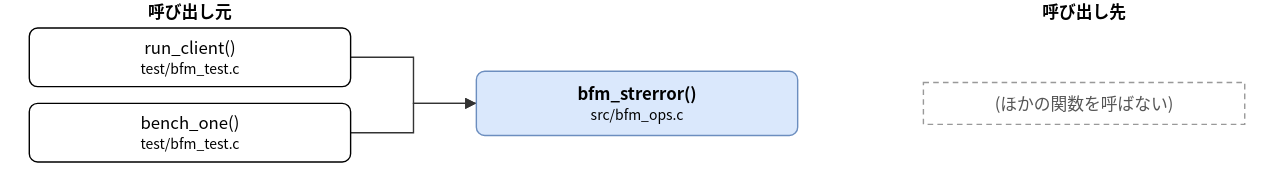
Earlier version of the draw.io export doc/spec/images/call_src_bfm_ops-bfm_strerror.drawio.svg (hf355051012-ai/bfmem). Source tidied: cells renumbered, new cells last; positions are measured from the earlier drawing's top-left corner, leaving out a move shared by most shapes.
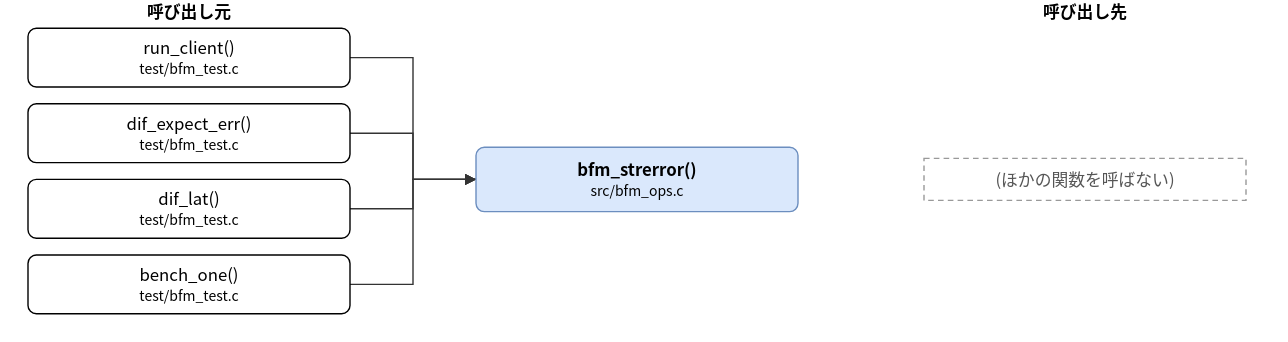
The same diagram one commit later.

Change to the diagram source:
```diff
@@ -3,22 +3,28 @@
     <mxCell id="0" />
     <mxCell id="1" parent="0" />
     <mxCell id="2" value="bfm_strerror()&lt;br&gt;&lt;font style=&quot;font-size:10px&quot;&gt;src/bfm_ops.c&lt;/font&gt;" style="rounded=1;whiteSpace=wrap;html=1;fillColor=#dae8fc;strokeColor=#6c8ebf;fontStyle=1;" parent="1" vertex="1">
-      <mxGeometry x="320" y="51" width="230" height="46" as="geometry" />
+      <mxGeometry x="320" y="105" width="230" height="46" as="geometry" />
     </mxCell>
     <mxCell id="3" value="run_client()&lt;br&gt;&lt;font style=&quot;font-size:10px&quot;&gt;test/bfm_test.c&lt;/font&gt;" style="rounded=1;whiteSpace=wrap;html=1;" parent="1" vertex="1">
       <mxGeometry y="20" width="230" height="42" as="geometry" />
     </mxCell>
-    <mxCell id="4" value="bench_one()&lt;br&gt;&lt;font style=&quot;font-size:10px&quot;&gt;test/bfm_test.c&lt;/font&gt;" style="rounded=1;whiteSpace=wrap;html=1;" parent="1" vertex="1">
+    <mxCell id="4" value="dif_expect_err()&lt;br&gt;&lt;font style=&quot;font-size:10px&quot;&gt;test/bfm_test.c&lt;/font&gt;" style="rounded=1;whiteSpace=wrap;html=1;" parent="1" vertex="1">
       <mxGeometry y="74" width="230" height="42" as="geometry" />
     </mxCell>
+    <mxCell id="10" value="dif_lat()&lt;br&gt;&lt;font style=&quot;font-size:10px&quot;&gt;test/bfm_test.c&lt;/font&gt;" style="rounded=1;whiteSpace=wrap;html=1;" parent="1" vertex="1">
+      <mxGeometry y="128" width="230" height="42" as="geometry" />
+    </mxCell>
+    <mxCell id="11" value="bench_one()&lt;br&gt;&lt;font style=&quot;font-size:10px&quot;&gt;test/bfm_test.c&lt;/font&gt;" style="rounded=1;whiteSpace=wrap;html=1;" parent="1" vertex="1">
+      <mxGeometry y="182" width="230" height="42" as="geometry" />
+    </mxCell>
     <mxCell id="5" value="(ほかの関数を呼ばない)" style="rounded=0;whiteSpace=wrap;html=1;dashed=1;strokeColor=#999999;fontColor=#555555;dashed=1;" parent="1" vertex="1">
-      <mxGeometry x="640" y="59" width="230" height="30" as="geometry" />
+      <mxGeometry x="640" y="113" width="230" height="30" as="geometry" />
     </mxCell>
     <mxCell id="6" style="edgeStyle=none;html=1;rounded=0;endArrow=block;endFill=1;exitX=1.0000;exitY=0.5000;exitDx=0;exitDy=0;exitPerimeter=0;entryX=0.0000;entryY=0.5000;entryDx=0;entryDy=0;entryPerimeter=0;" parent="1" edge="1" source="3" target="2">
       <mxGeometry relative="1" as="geometry">
         <Array as="points">
           <mxPoint x="275" y="41" />
-          <mxPoint x="275" y="74" />
+          <mxPoint x="275" y="128" />
         </Array>
       </mxGeometry>
     </mxCell>
@@ -26,10 +32,26 @@
       <mxGeometry relative="1" as="geometry">
         <Array as="points">
           <mxPoint x="275" y="95" />
-          <mxPoint x="275" y="74" />
+          <mxPoint x="275" y="128" />
         </Array>
       </mxGeometry>
     </mxCell>
+    <mxCell id="12" style="edgeStyle=none;html=1;rounded=0;endArrow=block;endFill=1;exitX=1.0000;exitY=0.5000;exitDx=0;exitDy=0;exitPerimeter=0;entryX=0.0000;entryY=0.5000;entryDx=0;entryDy=0;entryPerimeter=0;" parent="1" edge="1" source="10" target="2">
+      <mxGeometry relative="1" as="geometry">
+        <Array as="points">
+          <mxPoint x="275" y="149" />
+          <mxPoint x="275" y="128" />
+        </Array>
+      </mxGeometry>
+    </mxCell>
+    <mxCell id="13" style="edgeStyle=none;html=1;rounded=0;endArrow=block;endFill=1;exitX=1.0000;exitY=0.5000;exitDx=0;exitDy=0;exitPerimeter=0;entryX=0.0000;entryY=0.5000;entryDx=0;entryDy=0;entryPerimeter=0;" parent="1" edge="1" source="11" target="2">
+      <mxGeometry relative="1" as="geometry">
+        <Array as="points">
+          <mxPoint x="275" y="203" />
+          <mxPoint x="275" y="128" />
+        </Array>
+      </mxGeometry>
+    </mxCell>
     <mxCell id="8" value="呼び出し元" style="text;html=1;align=center;fontStyle=1;" parent="1" vertex="1">
       <mxGeometry x="35" width="160" height="18" as="geometry" />
     </mxCell>
```
